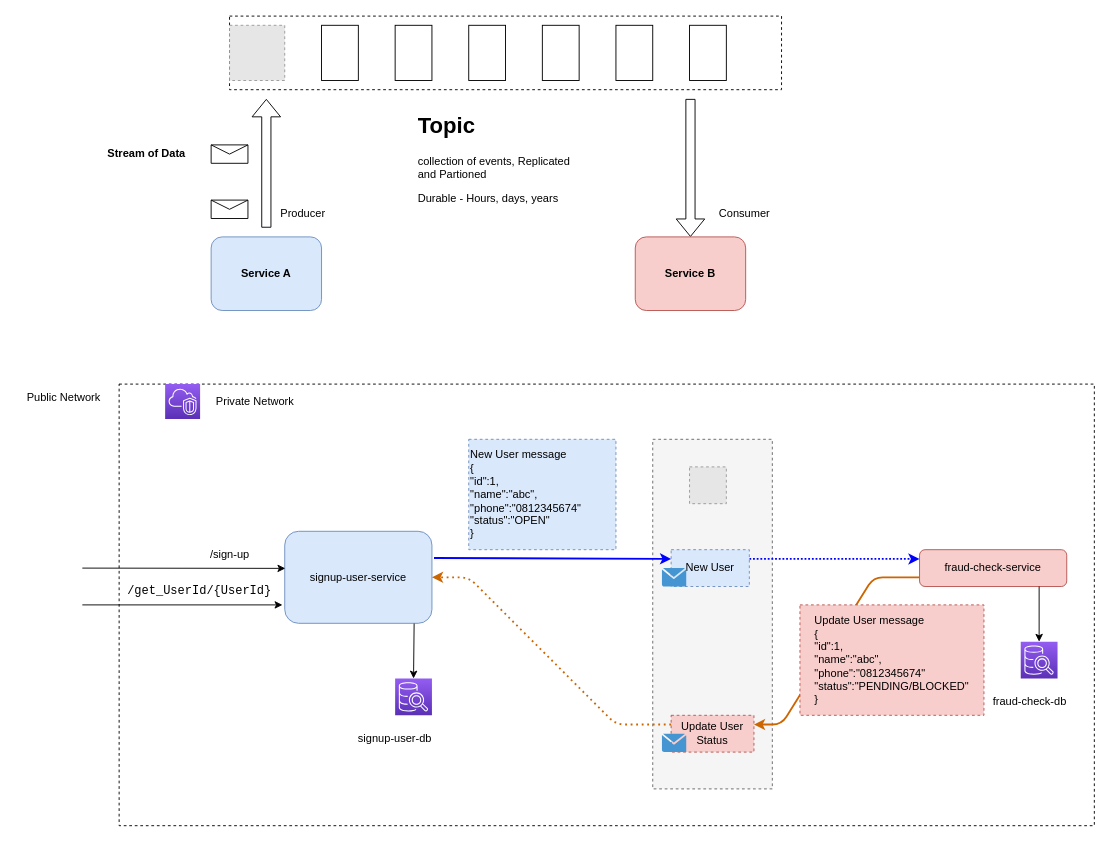
Earlier version of the draw.io diagram kafka-v1.drawio (josdoaitran/full-example-kafka-java-springboot). Source tidied: cells renumbered, new cells numbered last; positions are measured from the earlier drawing's top-left corner, leaving out a move shared by most shapes. Both pictures are drawn from the tidied source at 92%, with x=0, y=0 at pixel (17, 16). Pictures stored in the file or linked from it are replaced by grey dashed boxes.
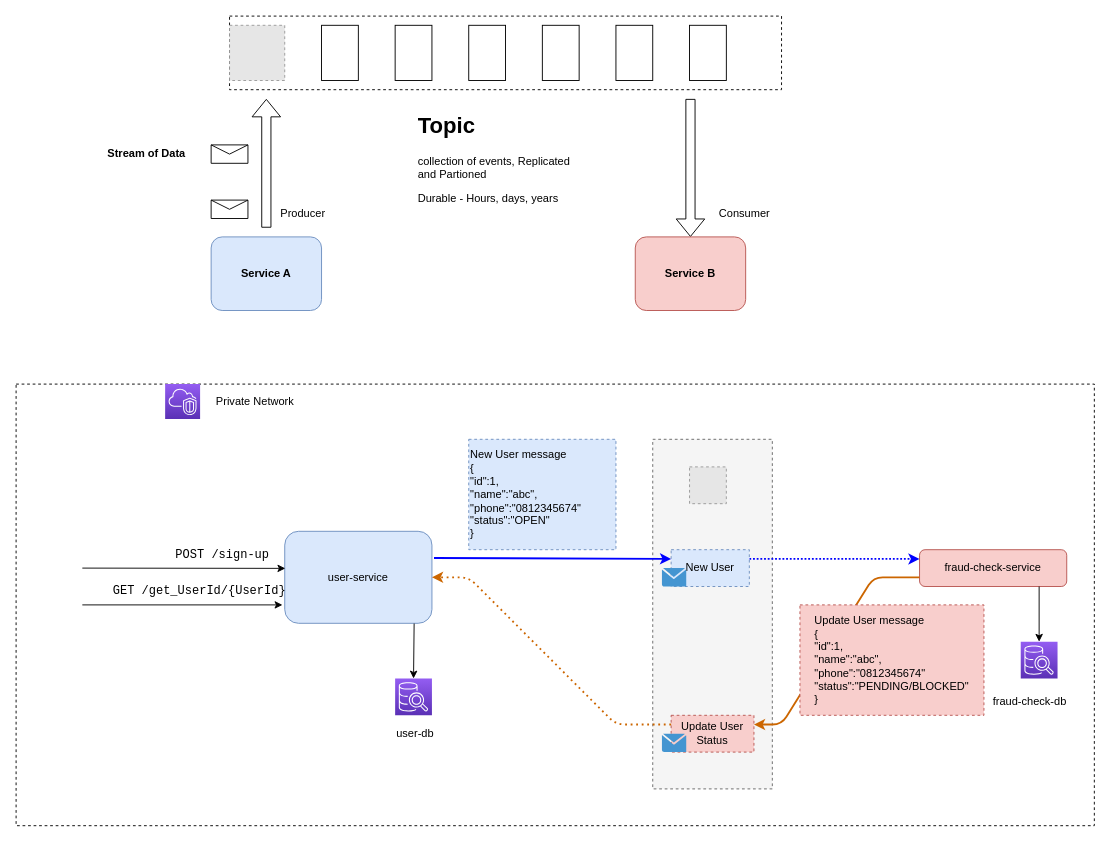
The same page after the edit.

Change to the diagram source:
```diff
@@
     <mxCell id="2" style="rounded=0;whiteSpace=wrap;html=1;fillColor=none;dashed=1;" parent="1" vertex="1">
-      <mxGeometry x="110" y="400" width="1060" height="480" as="geometry" />
+      <mxGeometry x="-2" y="400" width="1172" height="480" as="geometry" />
     </mxCell>
-    <mxCell id="3" value="&lt;span&gt;signup-user-service&lt;/span&gt;" style="rounded=1;whiteSpace=wrap;html=1;fillColor=#dae8fc;strokeColor=#6c8ebf;" parent="1" vertex="1">
+    <mxCell id="3" value="&lt;span&gt;user-service&lt;/span&gt;" style="rounded=1;whiteSpace=wrap;html=1;fillColor=#dae8fc;strokeColor=#6c8ebf;" parent="1" vertex="1">
       <mxGeometry x="290" y="560" width="160" height="100" as="geometry" />
     </mxCell>
@@
-    <mxCell id="22" value="Public Network" style="text;html=1;strokeColor=none;fillColor=none;align=center;verticalAlign=middle;whiteSpace=wrap;rounded=0;" parent="1" vertex="1">
-      <mxGeometry y="400" width="100" height="30" as="geometry" />
-    </mxCell>
@@
-    <mxCell id="30" value="/sign-up" style="text;html=1;strokeColor=none;fillColor=none;align=center;verticalAlign=middle;whiteSpace=wrap;rounded=0;dashed=1;" parent="1" vertex="1">
-      <mxGeometry x="197.5" y="570" width="65" height="30" as="geometry" />
-    </mxCell>
@@
-    <mxCell id="41" value="signup-user-db" style="text;html=1;strokeColor=none;fillColor=none;align=center;verticalAlign=middle;whiteSpace=wrap;rounded=0;" parent="1" vertex="1">
-      <mxGeometry x="360" y="770" width="100" height="30" as="geometry" />
+    <mxCell id="41" value="user-db" style="text;html=1;strokeColor=none;fillColor=none;align=center;verticalAlign=middle;whiteSpace=wrap;rounded=0;" parent="1" vertex="1">
+      <mxGeometry x="382" y="765" width="100" height="30" as="geometry" />
     </mxCell>
@@
-    <mxCell id="47" value="&lt;pre style=&quot;font-family: &amp;#34;jetbrains mono&amp;#34; , monospace ; font-size: 9.8pt&quot;&gt;/get_UserId/{UserId}&lt;/pre&gt;" style="text;html=1;strokeColor=none;fillColor=none;align=center;verticalAlign=middle;whiteSpace=wrap;rounded=0;dashed=1;" parent="1" vertex="1">
+    <mxCell id="47" value="&lt;pre style=&quot;font-family: &amp;#34;jetbrains mono&amp;#34; , monospace ; font-size: 9.8pt&quot;&gt;GET /get_UserId/{UserId}&lt;/pre&gt;" style="text;html=1;strokeColor=none;fillColor=none;align=center;verticalAlign=middle;whiteSpace=wrap;rounded=0;dashed=1;" parent="1" vertex="1">
       <mxGeometry x="165" y="610" width="65" height="30" as="geometry" />
     </mxCell>
+    <mxCell id="48" value="&lt;pre style=&quot;font-family: &amp;#34;jetbrains mono&amp;#34; , monospace ; font-size: 9.8pt&quot;&gt;POST /sign-up&lt;/pre&gt;" style="text;html=1;strokeColor=none;fillColor=none;align=center;verticalAlign=middle;whiteSpace=wrap;rounded=0;dashed=1;" parent="1" vertex="1">
+      <mxGeometry x="190" y="570" width="65" height="30" as="geometry" />
+    </mxCell>
```
